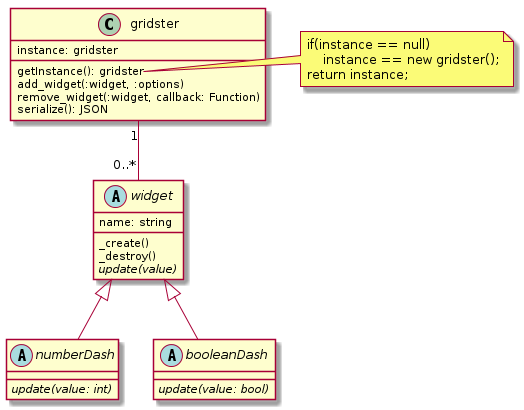
This is Entwurf/diagrams/UI.png from uzdry/PSE, a PlantUML export, as it was before one commit.
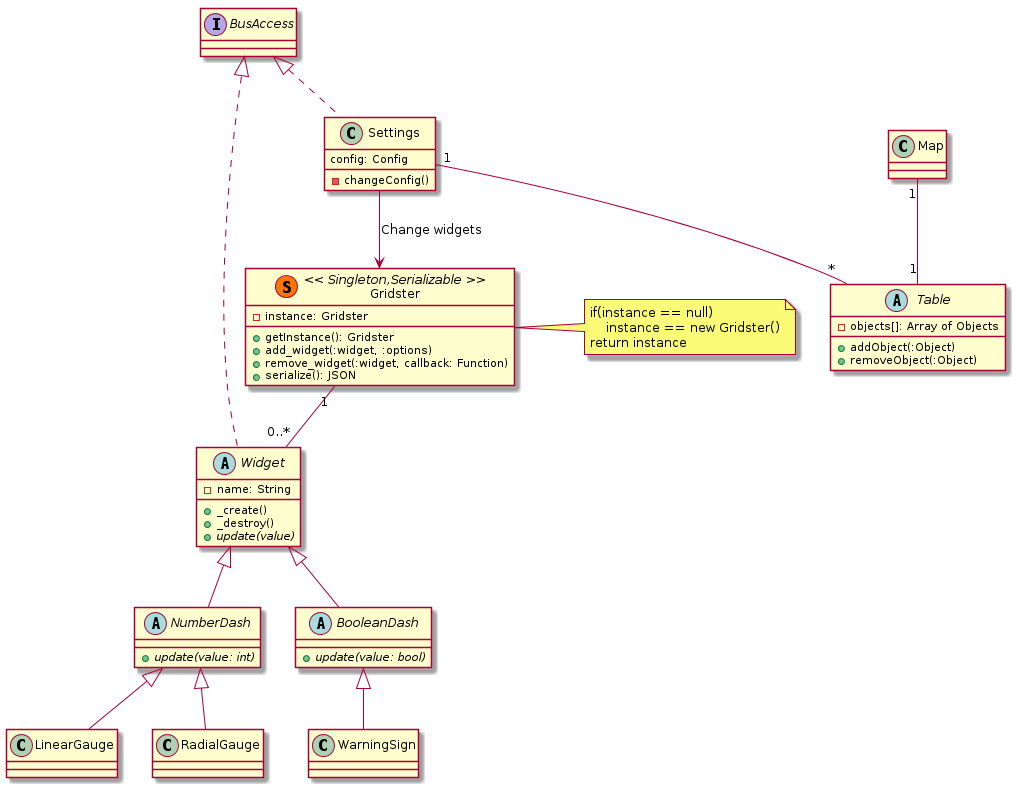
The same file after the commit.

Change to the diagram source:
```diff
@@ -1,39 +1,69 @@
 @startuml
 
 
-widget <|-- numberDash
-widget <|-- booleanDash
-gridster "1" -- "0..*" widget
+Gridster "1" -- "0..*" Widget
 
 
-abstract class widget{
-    name: string
-    _create()
-    _destroy()
-    {abstract} update(value)
+abstract class Widget implements BusAccess{
+    -name: String
+    +_create()
+    +_destroy()
+    +{abstract} update(value)
 }
 
-abstract class numberDash{
-    {abstract} update(value: int)
+abstract class NumberDash extends Widget{
+    +{abstract} update(value: int)
 }
 
-abstract class booleanDash{
-    {abstract} update(value: bool)
+abstract class BooleanDash extends Widget{
+    +{abstract} update(value: bool)
 }
 
-class gridster{
-    instance: gridster
-    getInstance(): gridster
-    add_widget(:widget, :options)
-    remove_widget(:widget, callback: Function)
-    serialize(): JSON
+class LinearGauge extends NumberDash{
 }
 
-note right of gridster::getInstance()
+class RadialGauge extends NumberDash{
+}
+
+class WarningSign extends BooleanDash{
+}
+
+class Gridster << (S,#FF7700) Singleton,Serializable >> {
+    -instance: Gridster
+    +getInstance(): Gridster
+    +add_widget(:widget, :options)
+    +remove_widget(:widget, callback: Function)
+    +serialize(): JSON
+}
+
+note right of Gridster
     if(instance == null)
-        instance == new gridster();
-    return instance;
+        instance == new Gridster()
+    return instance
 end note
 
 
+Settings "1"--"*" Table
+Settings --> Gridster: Change widgets
+
+class Settings implements BusAccess{
+    config: Config
+    -changeConfig()
+}
+
+abstract class Table {
+    -objects[]: Array of Objects
+    +addObject(:Object)
+    +removeObject(:Object)
+}
+
+
+Map "1"--"1" Table
+
+
+class Map{
+}
+
+
+
 @enduml
```
